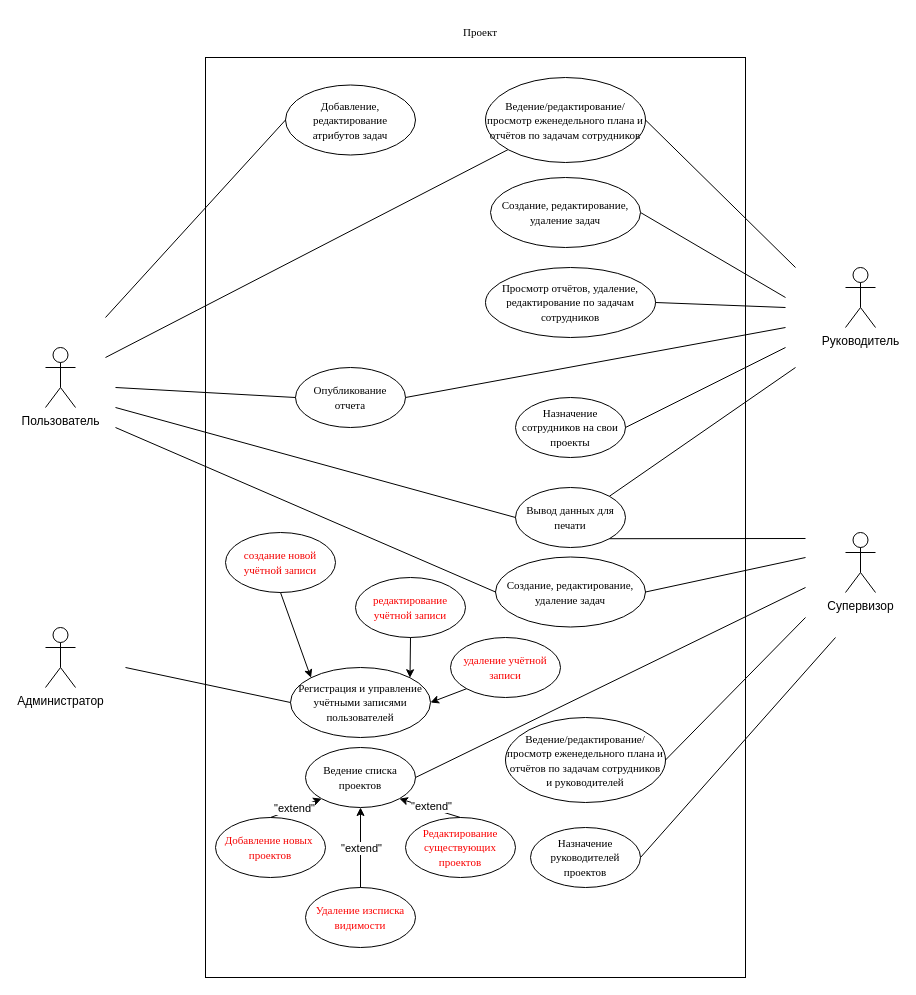
This is Для ДЗ №8.drawio from pytonuserouner/UML_study, a draw.io file, before an edit. Source tidied: cells renumbered, new cells numbered last; positions are measured from the earlier drawing's top-left corner, leaving out a move shared by most shapes. Both pictures are drawn from the tidied source at 100%, with x=0, y=0 at pixel (45, 17).
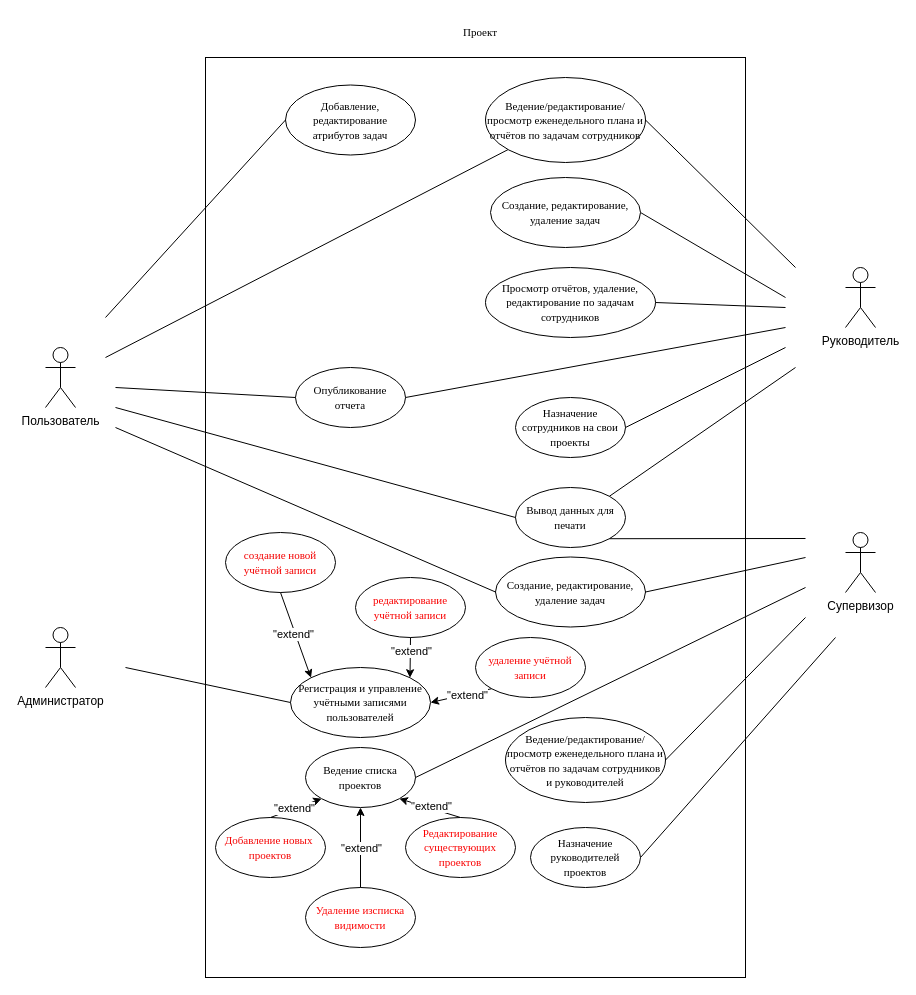
The same diagram, later.

Unchanged cells that the change refers to:
```xml
<mxCell id="49" style="endArrow=classic;html=1;rounded=0;entryX=1;entryY=0.5;entryDx=0;entryDy=0;exitX=0;exitY=1;exitDx=0;exitDy=0;" parent="1" edge="1" source="47" target="22">
  <mxGeometry relative="1" as="geometry" />
</mxCell>
<mxCell id="50" style="endArrow=classic;html=1;rounded=0;exitX=0.5;exitY=1;exitDx=0;exitDy=0;entryX=1;entryY=0;entryDx=0;entryDy=0;" parent="1" edge="1" source="46" target="22">
  <mxGeometry relative="1" as="geometry" />
</mxCell>
<mxCell id="51" style="endArrow=classic;html=1;rounded=0;exitX=0.5;exitY=1;exitDx=0;exitDy=0;entryX=0;entryY=0;entryDx=0;entryDy=0;" parent="1" edge="1" source="48" target="22">
  <mxGeometry relative="1" as="geometry" />
</mxCell>
```

What changed in the source:
```diff
@@
     <mxCell id="47" value="&lt;font color=&quot;#f90101&quot; face=&quot;Times New Roman&quot;&gt;&lt;span style=&quot;font-size: 11px;&quot;&gt;удаление учётной записи&lt;/span&gt;&lt;/font&gt;" style="ellipse;whiteSpace=wrap;html=1;" parent="1" vertex="1">
-      <mxGeometry x="405" y="620" width="110" height="60" as="geometry" />
+      <mxGeometry x="430" y="620" width="110" height="60" as="geometry" />
     </mxCell>
@@
+    <mxCell id="52" value="&quot;extend&quot;" style="edgeLabel;html=1;align=center;verticalAlign=middle;" parent="49" vertex="1">
+      <mxGeometry x="-0.19" y="1" relative="1" as="geometry" />
+    </mxCell>
@@
+    <mxCell id="53" value="&quot;extend&quot;" style="edgeLabel;html=1;align=center;verticalAlign=middle;" parent="50" vertex="1">
+      <mxGeometry x="-0.33" y="1" relative="1" as="geometry" />
+    </mxCell>
@@
+    <mxCell id="54" value="&quot;extend&quot;" style="edgeLabel;html=1;align=center;verticalAlign=middle;" parent="51" vertex="1">
+      <mxGeometry x="-0.06" y="-2" relative="1" as="geometry" />
+    </mxCell>
```
